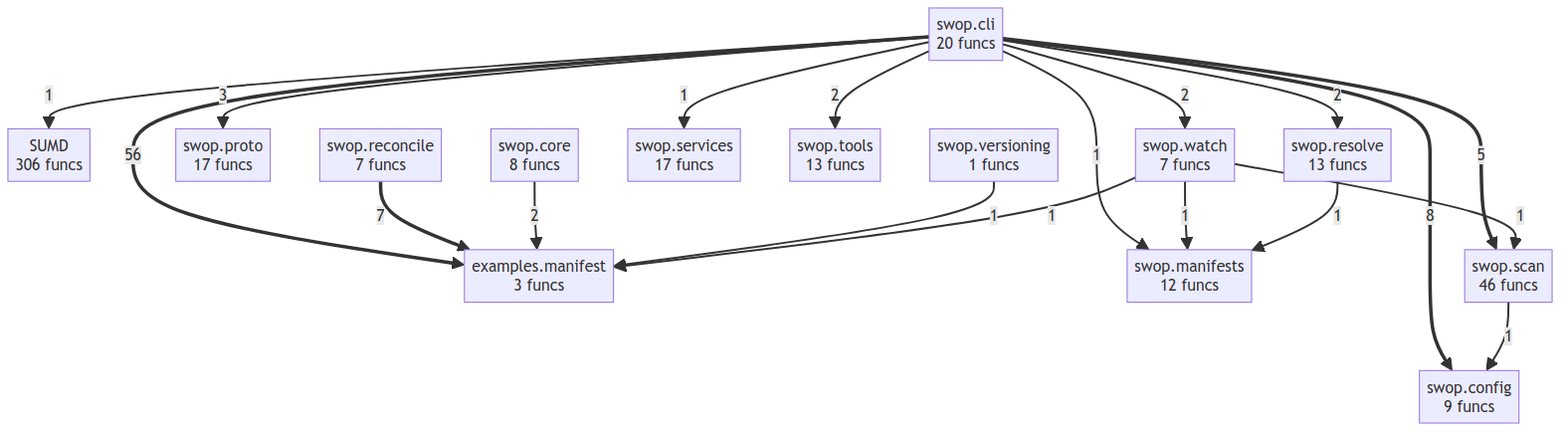
semcod/swop keeps this Mermaid diagram as project/compact_flow.png. Above is the earlier version. Its source is kept beside it as project/compact_flow.mmd. Its diagram source:
```mermaid
flowchart TD
    SUMD["SUMD<br/>306 funcs"]
    examples__manifest["examples.manifest<br/>3 funcs"]
    swop__cli["swop.cli<br/>20 funcs"]
    swop__config["swop.config<br/>9 funcs"]
    swop__core["swop.core<br/>8 funcs"]
    swop__manifests["swop.manifests<br/>12 funcs"]
    swop__proto["swop.proto<br/>17 funcs"]
    swop__reconcile["swop.reconcile<br/>7 funcs"]
    swop__resolve["swop.resolve<br/>13 funcs"]
    swop__scan["swop.scan<br/>46 funcs"]
    swop__services["swop.services<br/>17 funcs"]
    swop__tools["swop.tools<br/>13 funcs"]
    swop__versioning["swop.versioning<br/>1 funcs"]
    swop__watch["swop.watch<br/>7 funcs"]
    swop__cli ==>|56| examples__manifest
    swop__cli ==>|8| swop__config
    swop__reconcile ==>|7| examples__manifest
    swop__cli ==>|5| swop__scan
    swop__cli -->|3| swop__proto
    swop__cli -->|2| swop__tools
    swop__cli -->|2| swop__watch
    swop__cli -->|2| swop__resolve
    swop__core -->|2| examples__manifest
    swop__cli -->|1| swop__manifests
    swop__cli -->|1| swop__services
    swop__cli -->|1| SUMD
    swop__versioning -->|1| examples__manifest
    swop__scan -->|1| swop__config
    swop__watch -->|1| swop__scan
    swop__watch -->|1| swop__manifests
    swop__watch -->|1| examples__manifest
    swop__resolve -->|1| swop__manifests
```
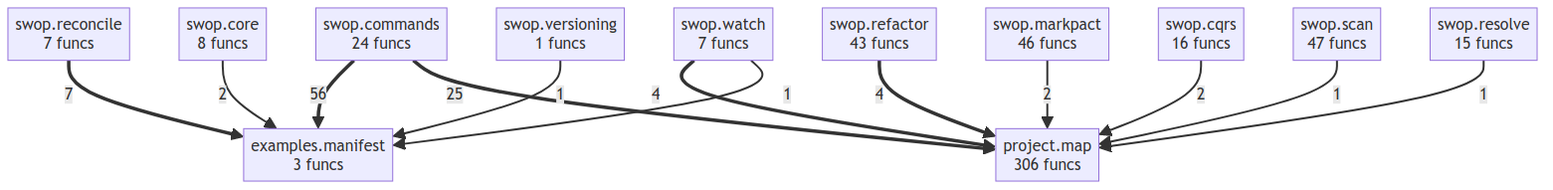
After the commit.

The edit, as a diff of the source:
```diff
@@ -1,33 +1,25 @@
 flowchart TD
-    SUMD["SUMD<br/>306 funcs"]
     examples__manifest["examples.manifest<br/>3 funcs"]
-    swop__cli["swop.cli<br/>20 funcs"]
-    swop__config["swop.config<br/>9 funcs"]
+    project__map["project.map<br/>306 funcs"]
+    swop__commands["swop.commands<br/>24 funcs"]
     swop__core["swop.core<br/>8 funcs"]
-    swop__manifests["swop.manifests<br/>12 funcs"]
-    swop__proto["swop.proto<br/>17 funcs"]
+    swop__cqrs["swop.cqrs<br/>16 funcs"]
+    swop__markpact["swop.markpact<br/>46 funcs"]
     swop__reconcile["swop.reconcile<br/>7 funcs"]
-    swop__resolve["swop.resolve<br/>13 funcs"]
-    swop__scan["swop.scan<br/>46 funcs"]
-    swop__services["swop.services<br/>17 funcs"]
-    swop__tools["swop.tools<br/>13 funcs"]
+    swop__refactor["swop.refactor<br/>43 funcs"]
+    swop__resolve["swop.resolve<br/>15 funcs"]
+    swop__scan["swop.scan<br/>47 funcs"]
     swop__versioning["swop.versioning<br/>1 funcs"]
     swop__watch["swop.watch<br/>7 funcs"]
-    swop__cli ==>|56| examples__manifest
-    swop__cli ==>|8| swop__config
+    swop__commands ==>|56| examples__manifest
+    swop__commands ==>|25| project__map
     swop__reconcile ==>|7| examples__manifest
-    swop__cli ==>|5| swop__scan
-    swop__cli -->|3| swop__proto
-    swop__cli -->|2| swop__tools
-    swop__cli -->|2| swop__watch
-    swop__cli -->|2| swop__resolve
+    swop__refactor ==>|4| project__map
+    swop__watch ==>|4| project__map
     swop__core -->|2| examples__manifest
-    swop__cli -->|1| swop__manifests
-    swop__cli -->|1| swop__services
-    swop__cli -->|1| SUMD
+    swop__markpact -->|2| project__map
+    swop__cqrs -->|2| project__map
     swop__versioning -->|1| examples__manifest
-    swop__scan -->|1| swop__config
-    swop__watch -->|1| swop__scan
-    swop__watch -->|1| swop__manifests
+    swop__scan -->|1| project__map
     swop__watch -->|1| examples__manifest
-    swop__resolve -->|1| swop__manifests
+    swop__resolve -->|1| project__map
```
